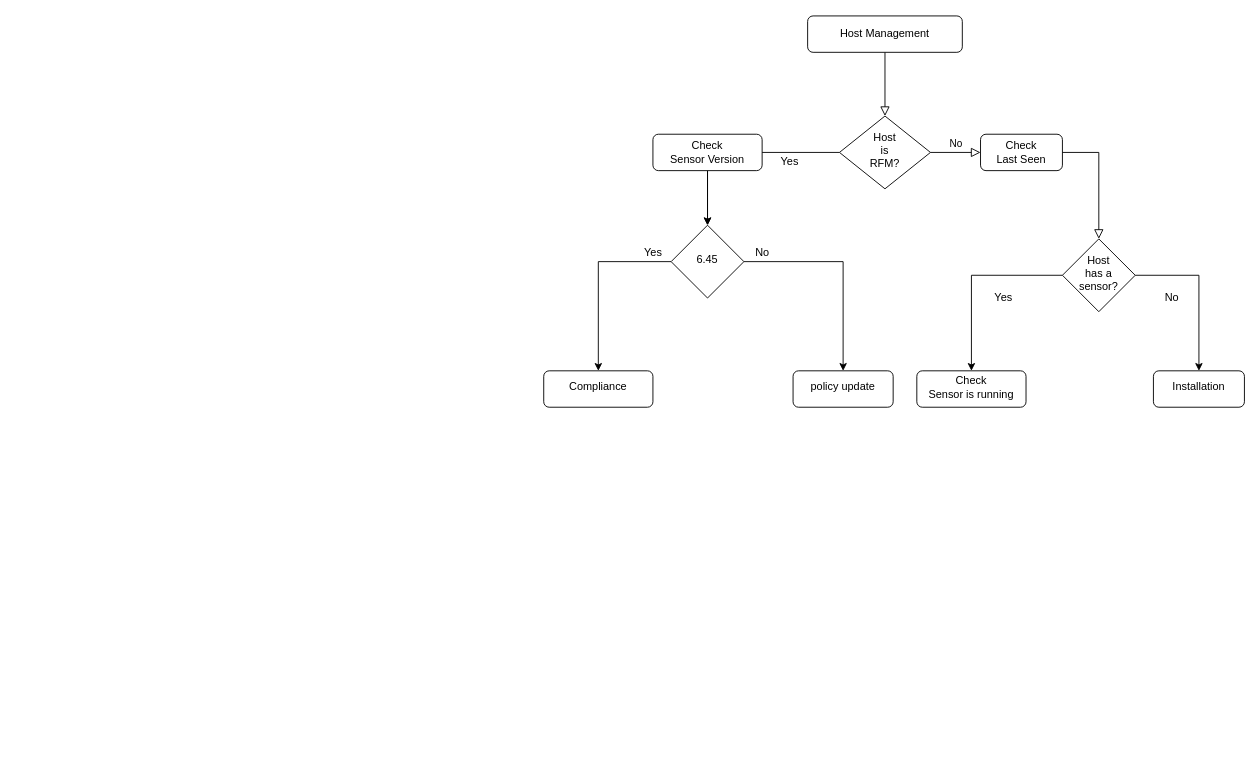
Before: RFM_Fluxograma.drawio in eloyx3x/Diagramas, a draw.io diagram. Source tidied: cells renumbered, new cells numbered last; positions are measured from the earlier drawing's top-left corner, leaving out a move shared by most shapes. Both pictures are drawn from the tidied source at 91%, with x=0, y=0 at pixel (543, 15).
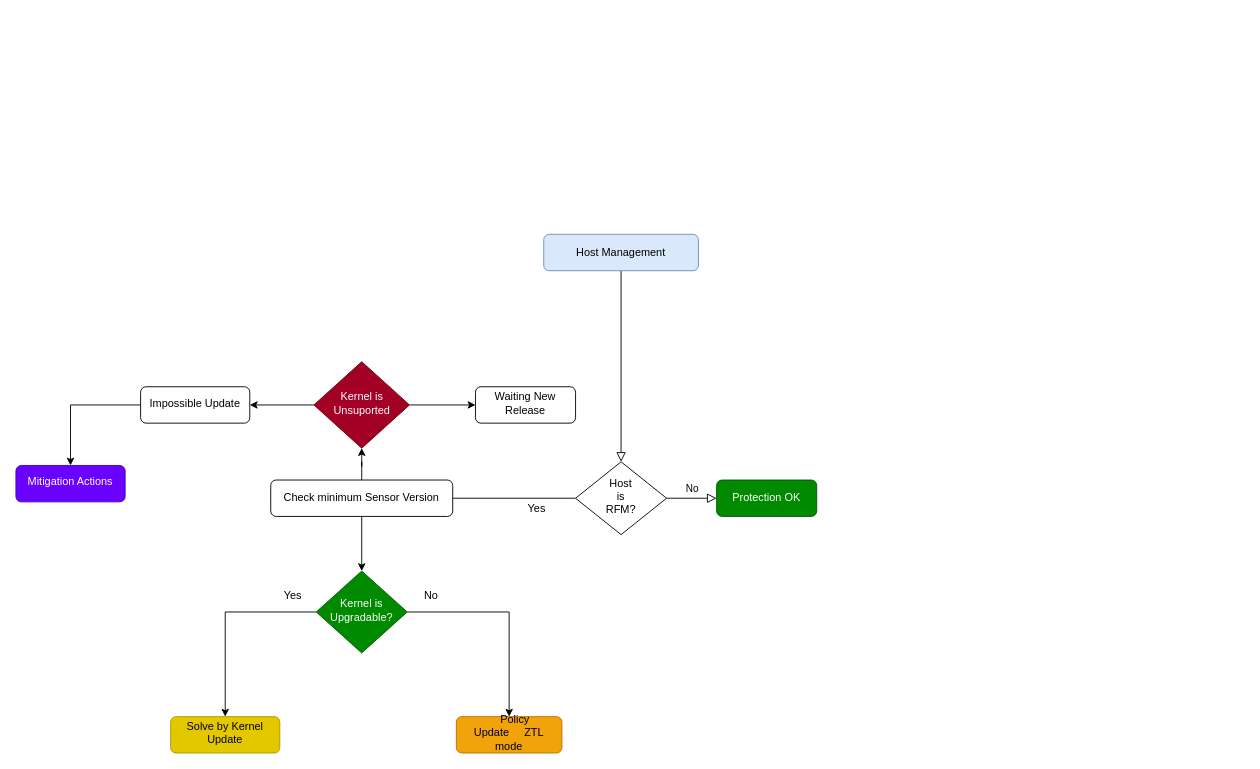
Above is the later version.

What changed in the source:
```diff
@@
-    <mxCell id="3" value="Host Management" style="rounded=1;whiteSpace=wrap;html=1;fontSize=12;glass=0;strokeWidth=1;shadow=0;" parent="1" vertex="1">
-      <mxGeometry x="290" width="170" height="40" as="geometry" />
+    <mxCell id="3" value="Host Management" style="rounded=1;whiteSpace=wrap;html=1;fontSize=12;glass=0;strokeWidth=1;shadow=0;fillColor=#dae8fc;strokeColor=#6c8ebf;" parent="1" vertex="1">
+      <mxGeometry y="240" width="170" height="40" as="geometry" />
     </mxCell>
@@
     <mxCell id="5" value="&lt;div&gt;Host &lt;br&gt;&lt;/div&gt;&lt;div&gt;is &lt;br&gt;&lt;/div&gt;&lt;div&gt;RFM?&lt;/div&gt;" style="rhombus;whiteSpace=wrap;html=1;shadow=0;fontFamily=Helvetica;fontSize=12;align=center;strokeWidth=1;spacing=6;spacingTop=-4;" parent="1" vertex="1">
-      <mxGeometry x="325" y="110" width="100" height="80" as="geometry" />
+      <mxGeometry x="35" y="490" width="100" height="80" as="geometry" />
     </mxCell>
-    <mxCell id="6" style="edgeStyle=orthogonalEdgeStyle;rounded=0;jettySize=auto;html=1;" parent="1" edge="1" source="7">
-      <mxGeometry relative="1" as="geometry">
-        <mxPoint x="180" y="230" as="targetPoint" />
-      </mxGeometry>
-    </mxCell>
+    <mxCell id="26" style="edgeStyle=orthogonalEdgeStyle;rounded=0;jettySize=auto;html=1;" parent="1" edge="1" source="7" target="29">
+      <mxGeometry relative="1" as="geometry" />
+    </mxCell>
-    <mxCell id="7" value="&lt;div&gt;Check &lt;br&gt;&lt;/div&gt;&lt;div&gt;Sensor Version&lt;/div&gt;" style="rounded=1;whiteSpace=wrap;html=1;fontSize=12;glass=0;strokeWidth=1;shadow=0;" parent="1" vertex="1">
-      <mxGeometry x="120" y="130" width="120" height="40" as="geometry" />
+    <mxCell id="7" value="Check minimum Sensor Version" style="rounded=1;whiteSpace=wrap;html=1;fontSize=12;glass=0;strokeWidth=1;shadow=0;" parent="1" vertex="1">
+      <mxGeometry x="-300" y="510" width="200" height="40" as="geometry" />
     </mxCell>
-    <mxCell id="8" value="&lt;div&gt;Check &lt;br&gt;&lt;/div&gt;&lt;div&gt;Last Seen&lt;/div&gt;" style="rounded=1;whiteSpace=wrap;html=1;fontSize=12;glass=0;strokeWidth=1;shadow=0;" parent="1" vertex="1">
-      <mxGeometry x="480" y="130" width="90" height="40" as="geometry" />
+    <mxCell id="8" value="Protection OK" style="rounded=1;whiteSpace=wrap;html=1;fontSize=12;glass=0;strokeWidth=1;shadow=0;fillColor=#008a00;strokeColor=#005700;fontColor=#ffffff;" parent="1" vertex="1">
+      <mxGeometry x="190" y="510" width="110" height="40" as="geometry" />
     </mxCell>
@@
-    <mxCell id="12" value="6.45" style="rhombus;whiteSpace=wrap;html=1;shadow=0;strokeWidth=1;spacing=6;spacingTop=-4;" parent="1" vertex="1">
-      <mxGeometry x="140" y="230" width="80" height="80" as="geometry" />
+    <mxCell id="12" value="Kernel is Upgradable?" style="rhombus;whiteSpace=wrap;html=1;shadow=0;strokeWidth=1;spacing=6;spacingTop=-4;fillColor=#008a00;fontColor=#ffffff;strokeColor=#005700;" parent="1" vertex="1">
+      <mxGeometry x="-250" y="610" width="100" height="90" as="geometry" />
     </mxCell>
-    <mxCell id="13" value="policy update" style="rounded=1;whiteSpace=wrap;html=1;shadow=0;strokeWidth=1;spacing=6;spacingTop=-4;" parent="1" vertex="1">
-      <mxGeometry x="274" y="390" width="110" height="40" as="geometry" />
+    <mxCell id="13" value="&amp;nbsp;&amp;nbsp;&amp;nbsp;&amp;nbsp; Policy&amp;nbsp; Update&amp;nbsp;&amp;nbsp;&amp;nbsp;&amp;nbsp; ZTL mode" style="rounded=1;whiteSpace=wrap;html=1;shadow=0;strokeWidth=1;spacing=6;spacingTop=-4;fillColor=#f0a30a;fontColor=#000000;strokeColor=#BD7000;" parent="1" vertex="1">
+      <mxGeometry x="-96" y="770" width="116" height="40" as="geometry" />
     </mxCell>
-    <mxCell id="14" value="Compliance" style="rounded=1;whiteSpace=wrap;html=1;shadow=0;strokeWidth=1;spacing=6;spacingTop=-4;" parent="1" vertex="1">
-      <mxGeometry y="390" width="120" height="40" as="geometry" />
+    <mxCell id="14" value="Solve by Kernel Update" style="rounded=1;whiteSpace=wrap;html=1;shadow=0;strokeWidth=1;spacing=6;spacingTop=-4;fillColor=#e3c800;fontColor=#000000;strokeColor=#B09500;" parent="1" vertex="1">
+      <mxGeometry x="-410" y="770" width="120" height="40" as="geometry" />
     </mxCell>
-    <mxCell id="15" style="edgeStyle=orthogonalEdgeStyle;rounded=0;jettySize=auto;html=1;" parent="1" edge="1" source="17" target="22">
-      <mxGeometry relative="1" as="geometry" />
-    </mxCell>
-    <mxCell id="16" style="edgeStyle=orthogonalEdgeStyle;rounded=0;jettySize=auto;html=1;" parent="1" edge="1" source="17" target="23">
-      <mxGeometry relative="1" as="geometry" />
-    </mxCell>
-    <mxCell id="17" value="&lt;div&gt;Host &lt;br&gt;&lt;/div&gt;&lt;div&gt;has a sensor?&lt;/div&gt;" style="rhombus;whiteSpace=wrap;html=1;shadow=0;strokeWidth=1;spacing=6;spacingTop=-4;" parent="1" vertex="1">
-      <mxGeometry x="570" y="245" width="80" height="80" as="geometry" />
-    </mxCell>
     <mxCell id="18" value="Yes" style="text;html=1;align=center;verticalAlign=middle;strokeColor=none;fillColor=none;" parent="1" vertex="1">
-      <mxGeometry x="100" y="245" width="40" height="30" as="geometry" />
+      <mxGeometry x="-296" y="622" width="40" height="30" as="geometry" />
     </mxCell>
     <mxCell id="19" value="No" style="text;html=1;align=center;verticalAlign=middle;strokeColor=none;fillColor=none;" parent="1" vertex="1">
-      <mxGeometry x="220" y="245" width="40" height="30" as="geometry" />
+      <mxGeometry x="-144" y="622" width="40" height="30" as="geometry" />
     </mxCell>
     <mxCell id="20" value="Yes" style="text;html=1;align=center;verticalAlign=middle;strokeColor=none;fillColor=none;" parent="1" vertex="1">
-      <mxGeometry x="250" y="145" width="40" height="30" as="geometry" />
+      <mxGeometry x="-28" y="527" width="40" height="30" as="geometry" />
     </mxCell>
-    <mxCell id="21" style="edgeStyle=orthogonalEdgeStyle;rounded=0;html=1;jettySize=auto;fontSize=11;endArrow=block;endFill=0;endSize=8;strokeWidth=1;shadow=0;labelBackgroundColor=none;entryX=0.5;entryY=0;entryDx=0;entryDy=0;exitX=1;exitY=0.5;exitDx=0;exitDy=0;" parent="1" edge="1" source="8" target="17">
-      <mxGeometry y="10" relative="1" as="geometry" />
-    </mxCell>
-    <mxCell id="22" value="&lt;div&gt;Check&lt;/div&gt;&lt;div&gt;Sensor is running&lt;br&gt;&lt;/div&gt;" style="rounded=1;whiteSpace=wrap;html=1;shadow=0;strokeWidth=1;spacing=6;spacingTop=-4;" parent="1" vertex="1">
-      <mxGeometry x="410" y="390" width="120" height="40" as="geometry" />
-    </mxCell>
-    <mxCell id="23" value="Installation" style="rounded=1;whiteSpace=wrap;html=1;shadow=0;strokeWidth=1;spacing=6;spacingTop=-4;" parent="1" vertex="1">
-      <mxGeometry x="670" y="390" width="100" height="40" as="geometry" />
-    </mxCell>
-    <mxCell id="24" value="Yes" style="text;html=1;align=center;verticalAlign=middle;strokeColor=none;fillColor=none;" parent="1" vertex="1">
-      <mxGeometry x="485" y="295" width="40" height="30" as="geometry" />
-    </mxCell>
-    <mxCell id="25" value="No" style="text;html=1;align=center;verticalAlign=middle;strokeColor=none;fillColor=none;" parent="1" vertex="1">
-      <mxGeometry x="670" y="295" width="40" height="30" as="geometry" />
-    </mxCell>
+    <mxCell id="27" style="edgeStyle=orthogonalEdgeStyle;rounded=0;jettySize=auto;html=1;" parent="1" edge="1" source="29" target="30">
+      <mxGeometry relative="1" as="geometry" />
+    </mxCell>
+    <mxCell id="28" style="edgeStyle=orthogonalEdgeStyle;rounded=0;jettySize=auto;html=1;" parent="1" edge="1" source="29" target="32">
+      <mxGeometry relative="1" as="geometry" />
+    </mxCell>
+    <mxCell id="29" value="Kernel is Unsuported" style="rhombus;whiteSpace=wrap;html=1;shadow=0;strokeWidth=1;spacing=6;spacingTop=-4;fillColor=#a20025;fontColor=#ffffff;strokeColor=#6F0000;" parent="1" vertex="1">
+      <mxGeometry x="-252.5" y="380" width="105" height="95" as="geometry" />
+    </mxCell>
+    <mxCell id="30" value="Waiting New Release " style="rounded=1;whiteSpace=wrap;html=1;shadow=0;strokeWidth=1;spacing=6;spacingTop=-4;" parent="1" vertex="1">
+      <mxGeometry x="-75" y="407.5" width="110" height="40" as="geometry" />
+    </mxCell>
+    <mxCell id="31" style="edgeStyle=orthogonalEdgeStyle;rounded=0;jettySize=auto;html=1;" parent="1" edge="1" source="32" target="33">
+      <mxGeometry relative="1" as="geometry" />
+    </mxCell>
+    <mxCell id="32" value="Impossible Update" style="rounded=1;whiteSpace=wrap;html=1;shadow=0;strokeWidth=1;spacing=6;spacingTop=-4;" parent="1" vertex="1">
+      <mxGeometry x="-443" y="407.5" width="120" height="40" as="geometry" />
+    </mxCell>
+    <mxCell id="33" value="Mitigation Actions" style="rounded=1;whiteSpace=wrap;html=1;shadow=0;strokeWidth=1;spacing=6;spacingTop=-4;fillColor=#6a00ff;fontColor=#ffffff;strokeColor=#3700CC;" parent="1" vertex="1">
+      <mxGeometry x="-580" y="494" width="120" height="40" as="geometry" />
+    </mxCell>
+    <mxCell id="34" style="edgeStyle=orthogonalEdgeStyle;rounded=0;orthogonalLoop=1;jettySize=auto;html=1;exitX=0.5;exitY=1;exitDx=0;exitDy=0;" parent="1" edge="1" source="32" target="32">
+      <mxGeometry relative="1" as="geometry" />
+    </mxCell>
```
